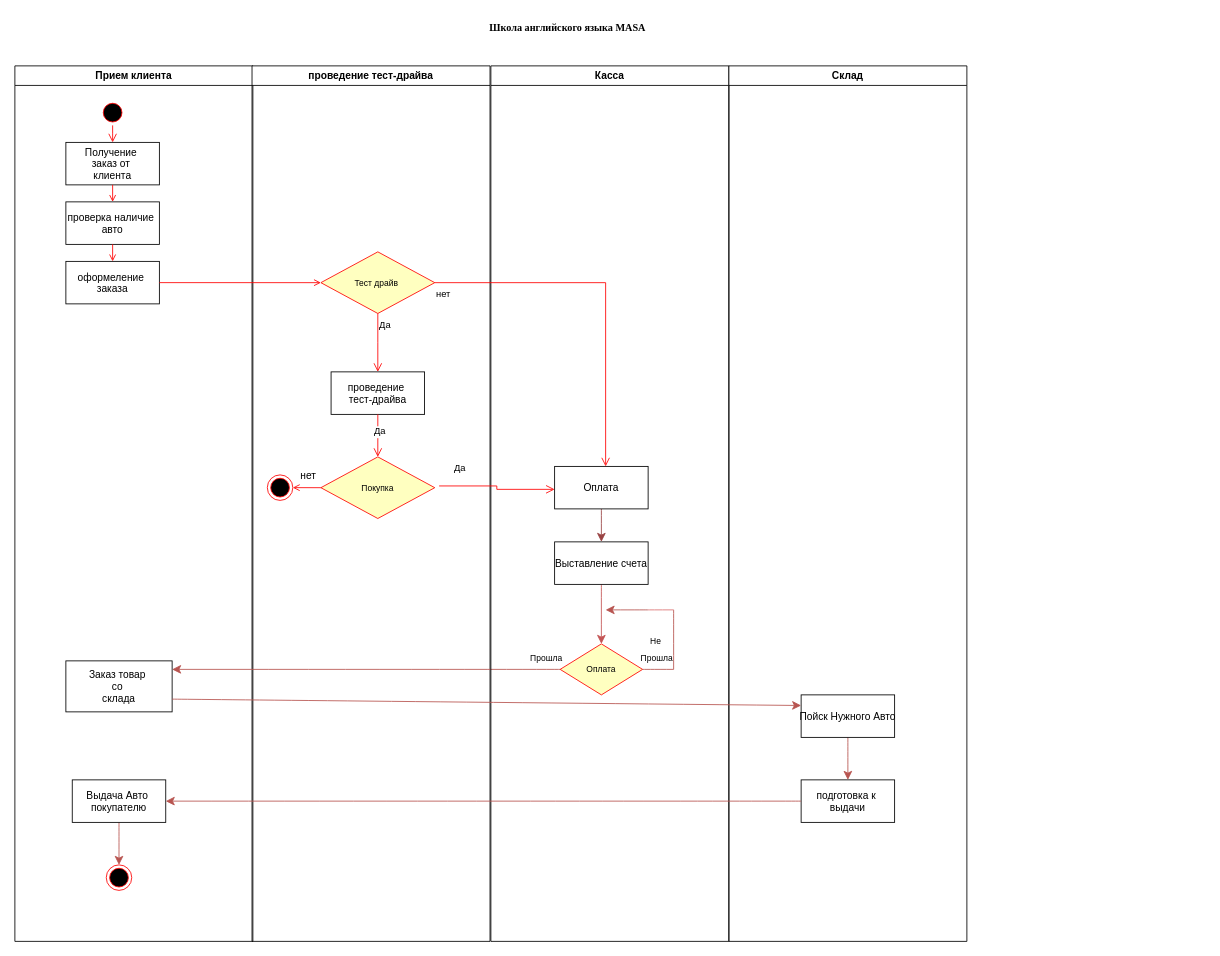
Earlier version of the draw.io diagram Masa_activity_diagram.drawio (mati-tech/draw.io). Source tidied: cells renumbered, new cells numbered last; positions are measured from the earlier drawing's top-left corner, leaving out a move shared by most shapes. Both pictures are drawn from the tidied source at 85%, with x=0, y=0 at pixel (14, 14).
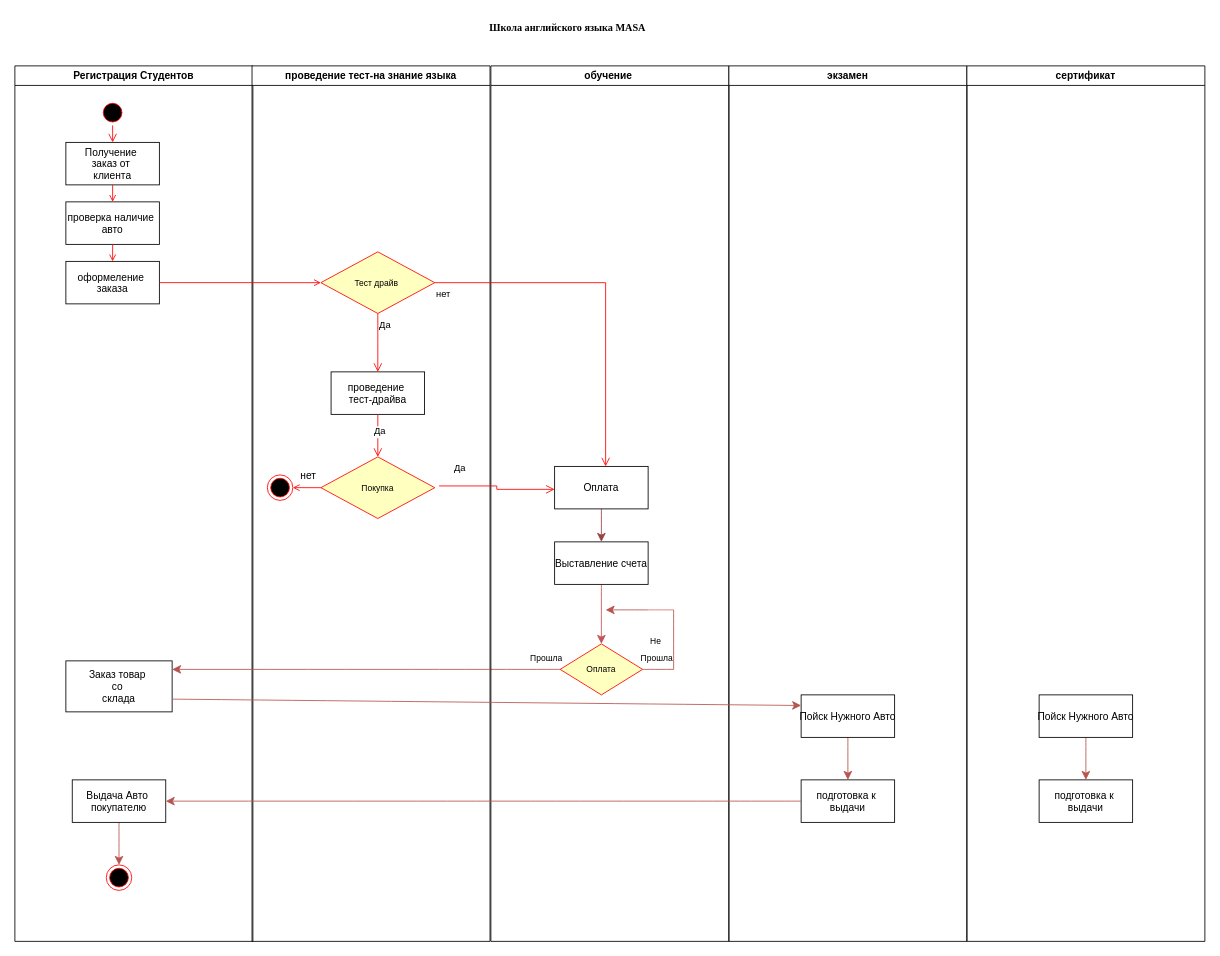
Above is the later version.

Change to the diagram source:
```diff
@@
-    <mxCell id="2" value="Прием клиента" style="swimlane;whiteSpace=wrap;" parent="1" vertex="1">
+    <mxCell id="2" value="Регистрация Студентов" style="swimlane;whiteSpace=wrap;" parent="1" vertex="1">
       <mxGeometry y="60" width="280" height="1030" as="geometry" />
     </mxCell>
@@
-    <mxCell id="14" value="проведение тест-драйва" style="swimlane;whiteSpace=wrap;" parent="1" vertex="1">
+    <mxCell id="14" value="проведение тест-на знание языка" style="swimlane;whiteSpace=wrap;" parent="1" vertex="1">
       <mxGeometry x="279" y="60" width="280" height="1030" as="geometry" />
     </mxCell>
@@
-    <mxCell id="24" value="Касса" style="swimlane;whiteSpace=wrap;startSize=23;" parent="1" vertex="1">
+    <mxCell id="24" value="обучение " style="swimlane;whiteSpace=wrap;startSize=23;" parent="1" vertex="1">
       <mxGeometry x="560" y="60" width="280" height="1030" as="geometry" />
     </mxCell>
@@
-    <mxCell id="39" value="Склад" style="swimlane;whiteSpace=wrap;startSize=23;" parent="1" vertex="1">
+    <mxCell id="39" value="экзамен" style="swimlane;whiteSpace=wrap;startSize=23;" parent="1" vertex="1">
       <mxGeometry x="840" y="60" width="280" height="1030" as="geometry" />
     </mxCell>
@@
+    <mxCell id="46" value="сертификат" style="swimlane;whiteSpace=wrap;startSize=23;" parent="1" vertex="1">
+      <mxGeometry x="1120" y="60" width="280" height="1030" as="geometry" />
+    </mxCell>
+    <mxCell id="47" style="edgeStyle=none;curved=1;rounded=0;jettySize=auto;html=1;entryX=0.5;entryY=0;entryDx=0;entryDy=0;fontSize=12;startSize=8;endSize=8;fillColor=#f8cecc;strokeColor=#b85450;" parent="46" edge="1" source="48" target="49">
+      <mxGeometry relative="1" as="geometry" />
+    </mxCell>
+    <mxCell id="48" value="Пойск Нужного Авто" parent="46" vertex="1">
+      <mxGeometry x="85" y="740" width="110" height="50" as="geometry" />
+    </mxCell>
+    <mxCell id="49" value="подготовка к &#10;выдачи" parent="46" vertex="1">
+      <mxGeometry x="85" y="840" width="110" height="50" as="geometry" />
+    </mxCell>
```
